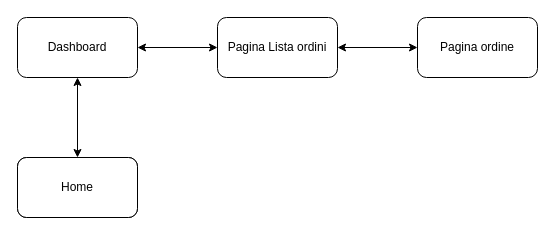
dariodidario/EasyLease keeps this draw.io diagram as Documents/Requirement Analysis Document/Review/Seconda Parte/Nav path/Sorgenti/RF5-2.drawio. Above is the earlier version. Source tidied: cells renumbered, new cells numbered last; positions are measured from the earlier drawing's top-left corner, leaving out a move shared by most shapes. Both pictures are drawn from the tidied source at 100%, with x=0, y=0 at pixel (17, 17).
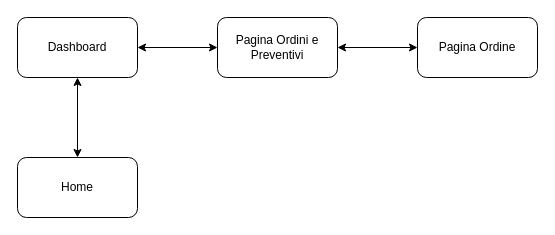
After the change.

What changed in the source:
```diff
@@
 <mxGraphModel>
   <root>
     <mxCell id="0" />
     <mxCell id="1" parent="0" />
-    <mxCell id="2" style="rounded=1;whiteSpace=wrap;html=1;" parent="1" vertex="1">
-      <mxGeometry y="140" width="120" height="60" as="geometry" />
-    </mxCell>
     <mxCell id="3" value="Home" style="rounded=1;whiteSpace=wrap;html=1;" parent="1" vertex="1">
       <mxGeometry y="140" width="120" height="60" as="geometry" />
     </mxCell>
     <mxCell id="4" value="Dashboard" style="whiteSpace=wrap;html=1;rounded=1;" parent="1" vertex="1">
       <mxGeometry width="120" height="60" as="geometry" />
     </mxCell>
-    <mxCell id="5" value="Pagina Lista ordini" style="whiteSpace=wrap;html=1;rounded=1;" parent="1" vertex="1">
-      <mxGeometry x="200" width="120" height="60" as="geometry" />
-    </mxCell>
     <mxCell id="6" style="endArrow=classic;startArrow=classic;html=1;entryX=0.5;entryY=1;entryDx=0;entryDy=0;exitX=0.5;exitY=0;exitDx=0;exitDy=0;" parent="1" edge="1" source="3" target="4">
       <mxGeometry relative="1" as="geometry" />
     </mxCell>
-    <mxCell id="7" style="endArrow=classic;startArrow=classic;html=1;entryX=0;entryY=0.5;entryDx=0;entryDy=0;exitX=1;exitY=0.5;exitDx=0;exitDy=0;" parent="1" edge="1" source="4" target="5">
-      <mxGeometry relative="1" as="geometry" />
-    </mxCell>
-    <mxCell id="8" value="Pagina ordine" style="whiteSpace=wrap;html=1;rounded=1;" parent="1" vertex="1">
-      <mxGeometry x="400" width="120" height="60" as="geometry" />
-    </mxCell>
-    <mxCell id="9" style="endArrow=classic;startArrow=classic;html=1;entryX=0;entryY=0.5;entryDx=0;entryDy=0;exitX=1;exitY=0.5;exitDx=0;exitDy=0;" parent="1" edge="1" source="5" target="8">
-      <mxGeometry relative="1" as="geometry" />
-    </mxCell>
+    <mxCell id="10" value="Pagina Ordini e Preventivi" style="whiteSpace=wrap;html=1;rounded=1;" parent="1" vertex="1">
+      <mxGeometry x="200" width="120" height="60" as="geometry" />
+    </mxCell>
+    <mxCell id="11" style="endArrow=classic;startArrow=classic;html=1;entryX=0;entryY=0.5;entryDx=0;entryDy=0;exitX=1;exitY=0.5;exitDx=0;exitDy=0;" parent="1" edge="1" source="4" target="10">
+      <mxGeometry relative="1" as="geometry" />
+    </mxCell>
+    <mxCell id="12" value="Pagina Ordine" style="whiteSpace=wrap;html=1;rounded=1;" parent="1" vertex="1">
+      <mxGeometry x="400" width="120" height="60" as="geometry" />
+    </mxCell>
+    <mxCell id="13" style="endArrow=classic;startArrow=classic;html=1;entryX=0;entryY=0.5;entryDx=0;entryDy=0;exitX=1;exitY=0.5;exitDx=0;exitDy=0;" parent="1" edge="1" source="10" target="12">
+      <mxGeometry relative="1" as="geometry" />
+    </mxCell>
   </root>
 </mxGraphModel>
```
